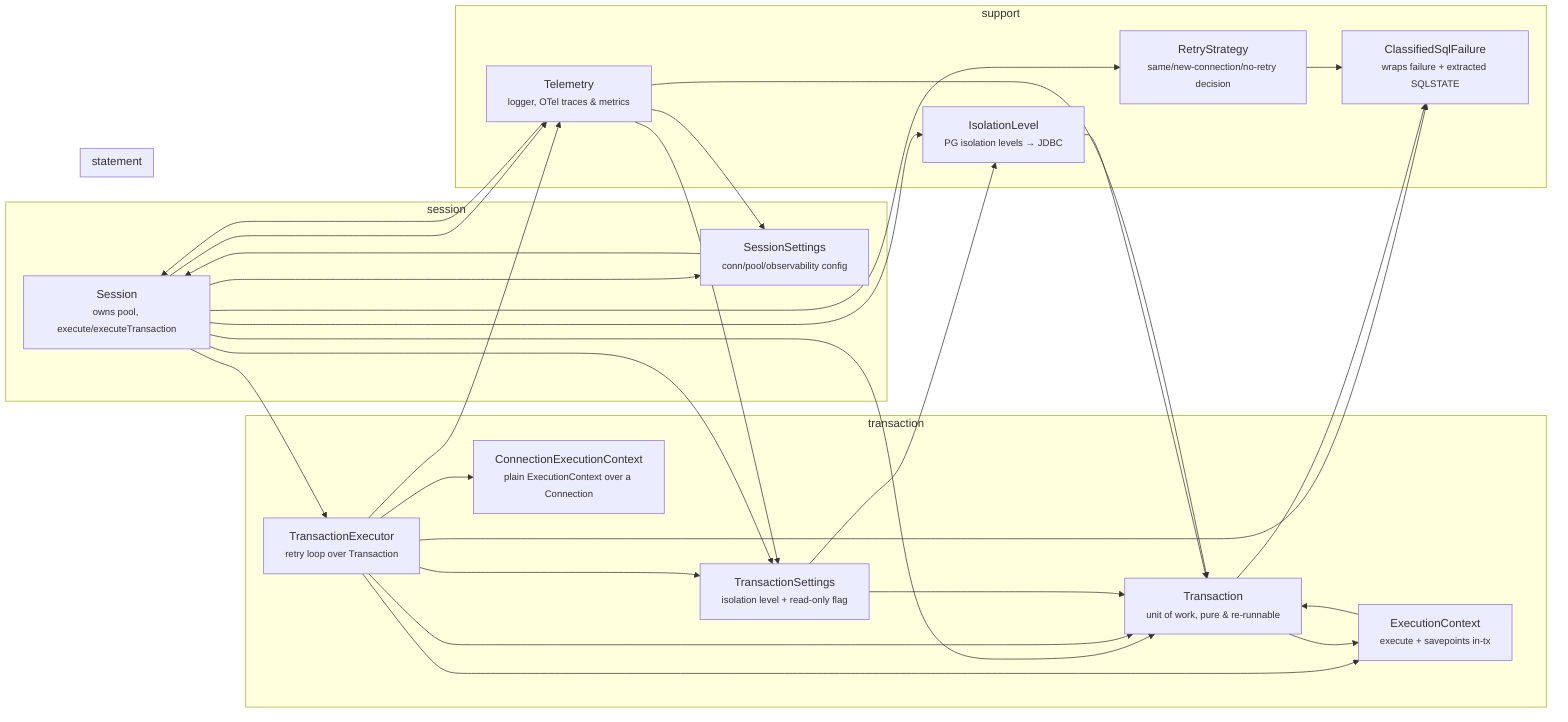
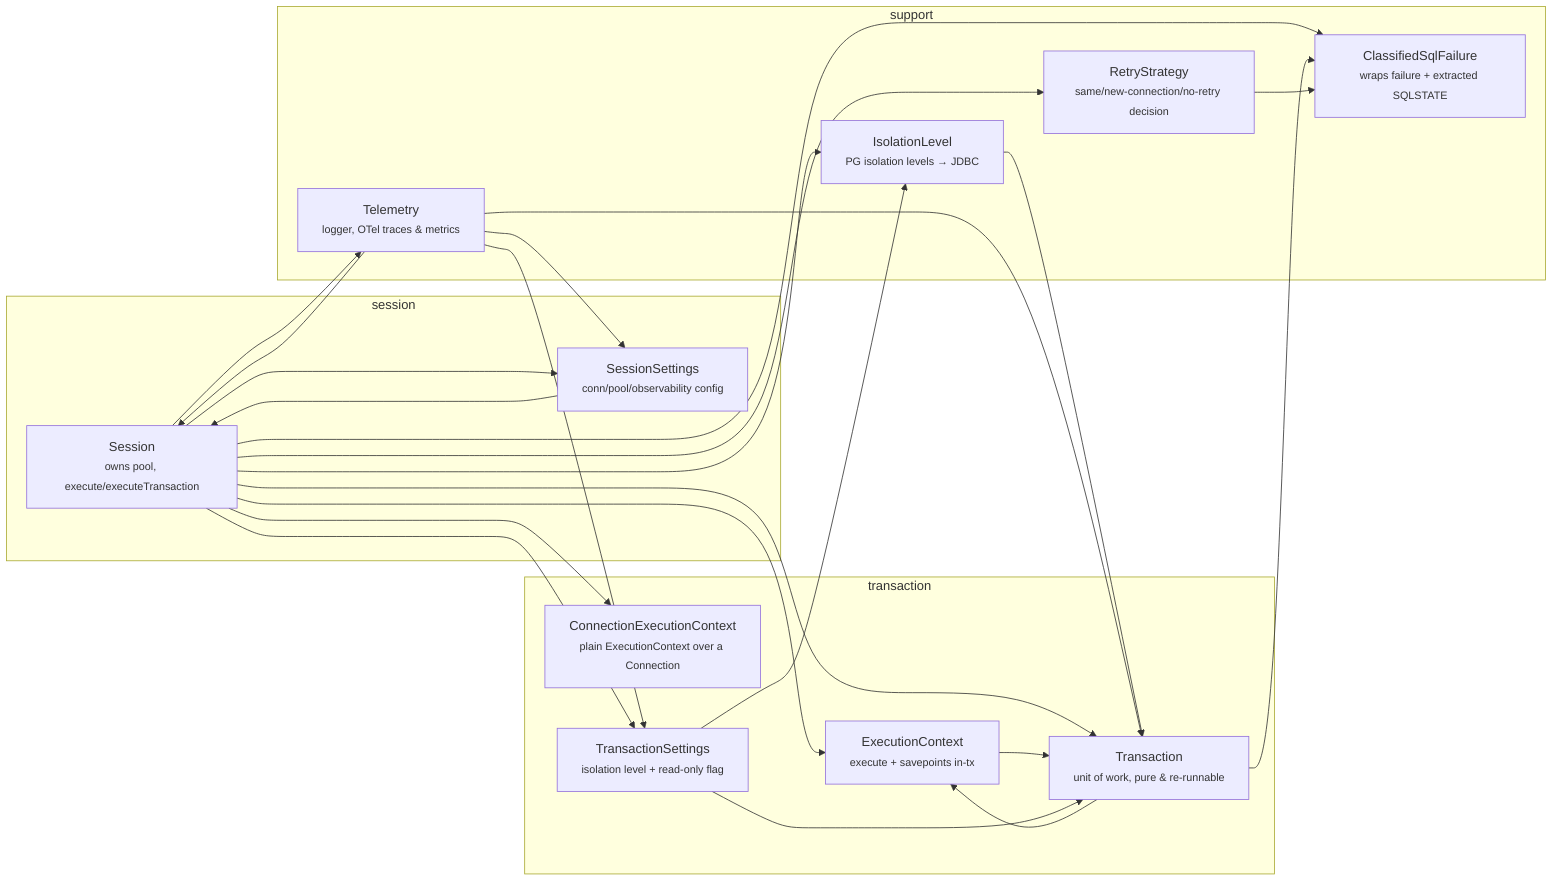
%% rich-pg.java module dependency graph
%% Nodes are Java classes under src/main/java/io/codemine/java/richpg/.
%% Edges point from a module to what it depends on.
flowchart LR
  subgraph session["session"]
    Session["Session<br/><small>owns pool, execute/executeTransaction</small>"]
    SessionSettings["SessionSettings<br/><small>conn/pool/observability config</small>"]
  end

  subgraph transaction["transaction"]
-     TransactionExecutor["TransactionExecutor<br/><small>retry loop over Transaction</small>"]
    Transaction["Transaction<br/><small>unit of work, pure & re-runnable</small>"]
    ConnectionExecutionContext["ConnectionExecutionContext<br/><small>plain ExecutionContext over a Connection</small>"]
    ExecutionContext["ExecutionContext<br/><small>execute + savepoints in-tx</small>"]
    TransactionSettings["TransactionSettings<br/><small>isolation level + read-only flag</small>"]
-   end
- 
-   subgraph statement["statement"]
-     Session["Session<br/><small>owns pool, execute/executeTransaction</small>"]
  end

  subgraph support["support"]
    RetryStrategy["RetryStrategy<br/><small>same/new-connection/no-retry decision</small>"]
    ClassifiedSqlFailure["ClassifiedSqlFailure<br/><small>wraps failure + extracted SQLSTATE</small>"]
    IsolationLevel["IsolationLevel<br/><small>PG isolation levels → JDBC</small>"]
    Telemetry["Telemetry<br/><small>logger, OTel traces & metrics</small>"]
  end

+   Session --> ClassifiedSqlFailure
+   Session --> ConnectionExecutionContext
+   Session --> ExecutionContext
  Session --> IsolationLevel
  Session --> SessionSettings
  Session --> RetryStrategy
  Session --> Telemetry
  Session --> Transaction
-   Session --> TransactionExecutor
  Session --> TransactionSettings

  SessionSettings --> Session
- 
-   TransactionExecutor --> ClassifiedSqlFailure
-   TransactionExecutor --> ConnectionExecutionContext
-   TransactionExecutor --> ExecutionContext
-   TransactionExecutor --> Telemetry
-   TransactionExecutor --> Transaction
-   TransactionExecutor --> TransactionSettings

  Transaction --> ClassifiedSqlFailure
  Transaction --> ExecutionContext

  ExecutionContext --> Transaction

  TransactionSettings --> IsolationLevel
  TransactionSettings --> Transaction

  IsolationLevel --> Transaction

  RetryStrategy --> ClassifiedSqlFailure

  Telemetry --> Session
  Telemetry --> SessionSettings
  Telemetry --> Transaction
  Telemetry --> TransactionSettings
